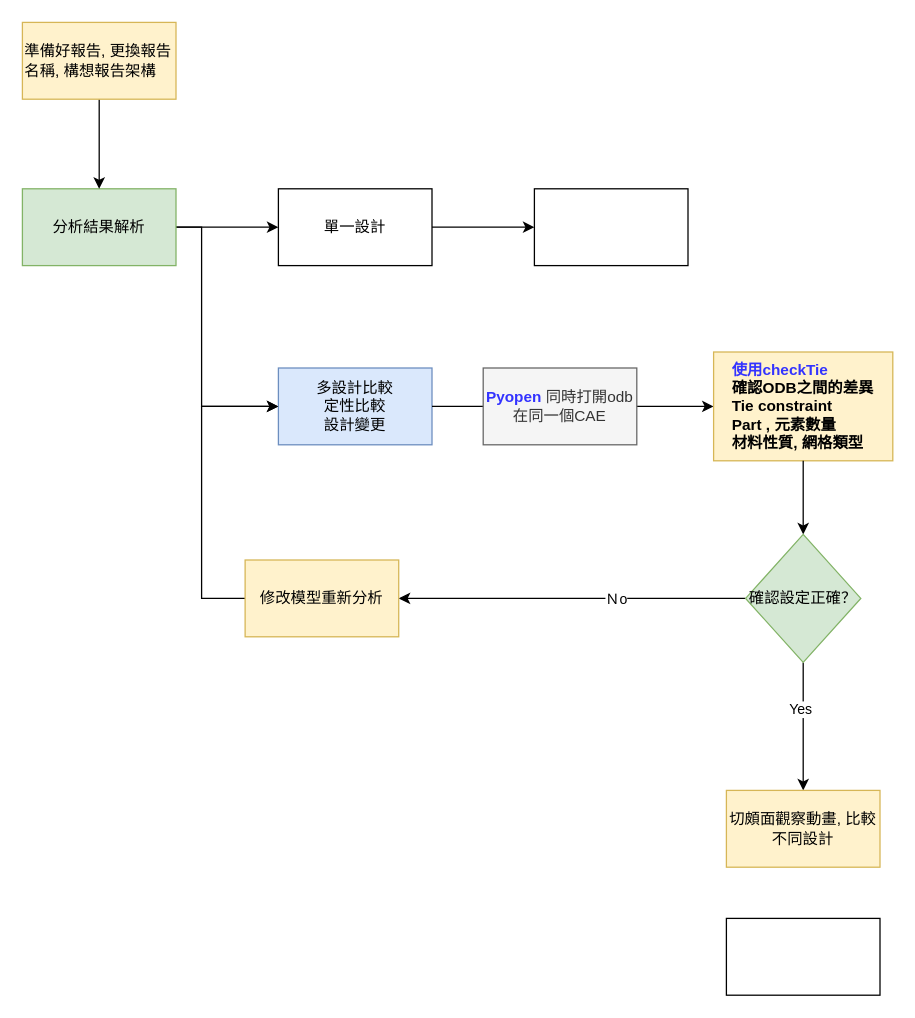
Before: page "結果分析" (3 of 5) of CAE_process.drawio in TerryChan726/draw_io, a draw.io diagram. Source tidied: cells renumbered, new cells numbered last; positions are measured from the earlier drawing's top-left corner, leaving out a move shared by most shapes. Both pictures are drawn from the tidied source at 128%, with x=0, y=0 at pixel (22, 22).
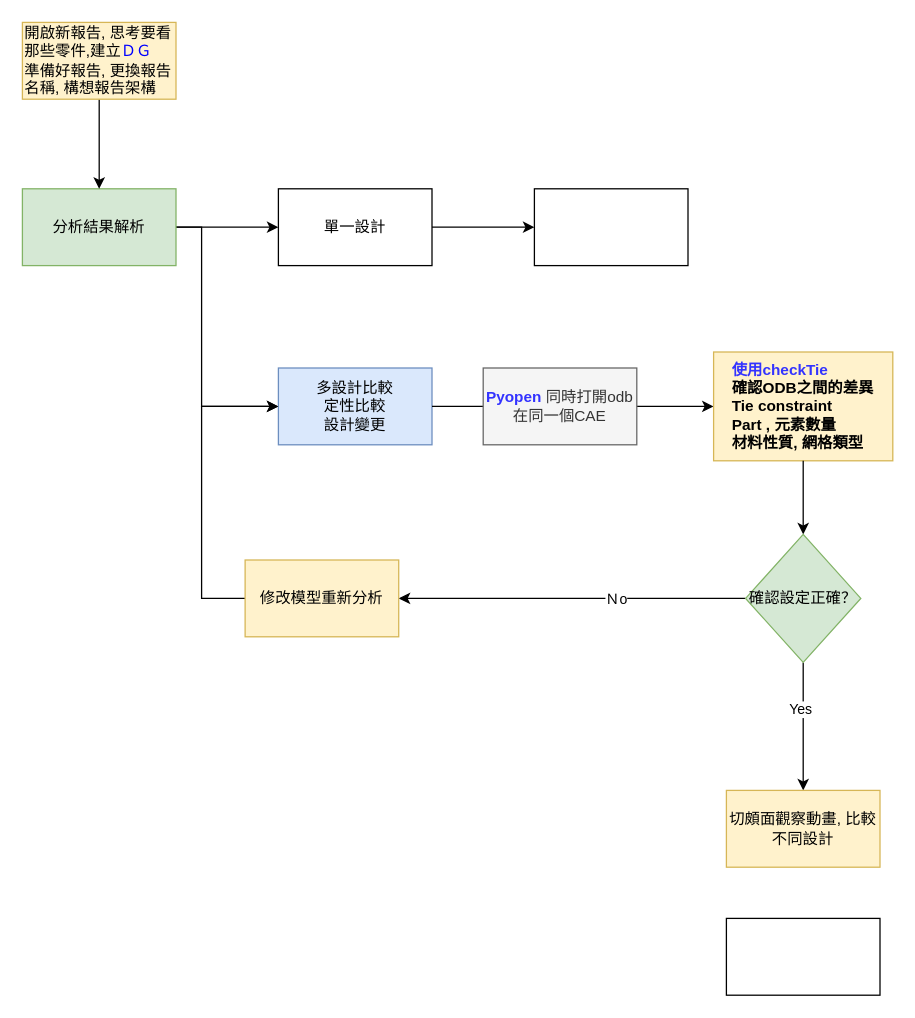
Above is the later version.

What changed in the source:
```diff
@@
-    <mxCell id="12" value="準備好報告, 更換報告名稱, 構想報告架構" style="rounded=0;whiteSpace=wrap;html=1;align=left;fillColor=#fff2cc;strokeColor=#d6b656;" parent="1" vertex="1">
+    <mxCell id="12" value="&lt;div&gt;開啟新報告, 思考要看那些零件,建立&lt;font style=&quot;color: rgb(0, 0, 255);&quot;&gt;ＤＧ&lt;/font&gt;&lt;/div&gt;準備好報告, 更換報告名稱, 構想報告架構" style="rounded=0;whiteSpace=wrap;html=1;align=left;fillColor=#fff2cc;strokeColor=#d6b656;" parent="1" vertex="1">
       <mxGeometry width="120" height="60" as="geometry" />
     </mxCell>
```
